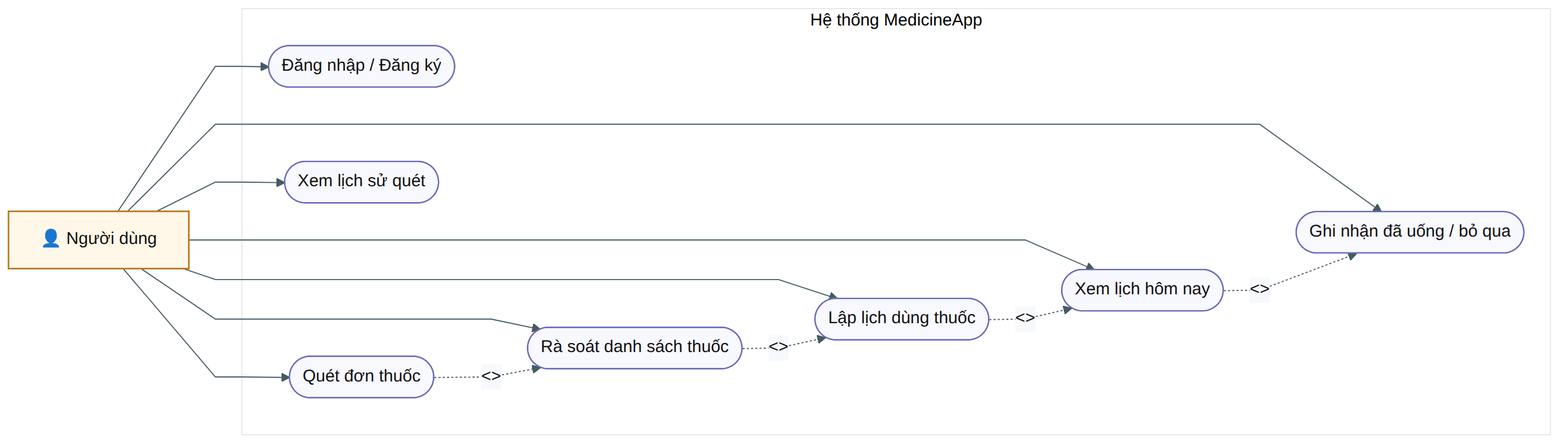
Earlier version of the Mermaid export docs/thesis_report/diagrams/png/use_case.png (hongphuoc6104/medicineApp). Its source is kept beside it as docs/thesis_report/diagrams/use_case.mmd.
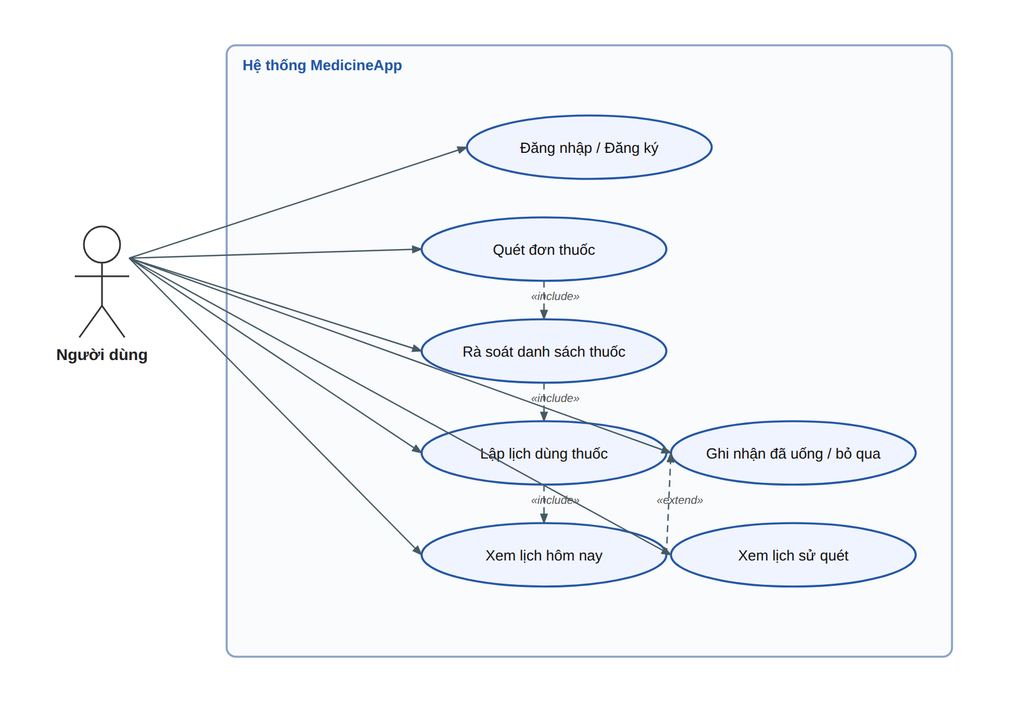
Above is the later version.

What changed in the source:
```diff
@@ -1,5 +1,5 @@
 flowchart LR
-    actor["👤 Người dùng"]
+    actor["Người dùng"]
 
     subgraph SYS["Hệ thống MedicineApp"]
         direction TB
```
